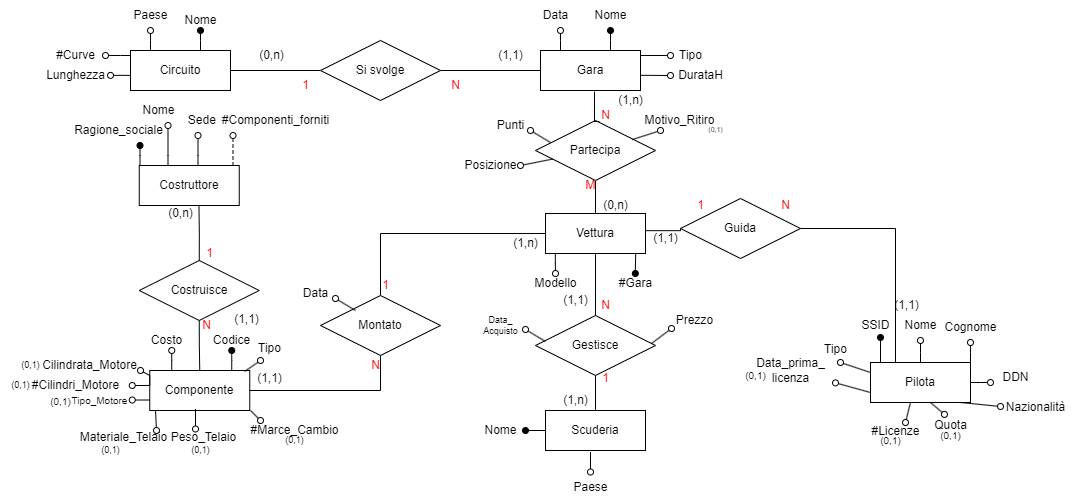
This is II_Anno/Primo_Semestre/BD(Professori Polese, Caruccio, BB)/Progetti/2023-2024/Peppe-Pasquale/ristrutturato.drawio.png from GiuseppePastena23/UNISA, a draw.io export, as it was before one commit. Source tidied: cells renumbered, new cells last; positions are measured from the earlier drawing's top-left corner, leaving out a move shared by most shapes.
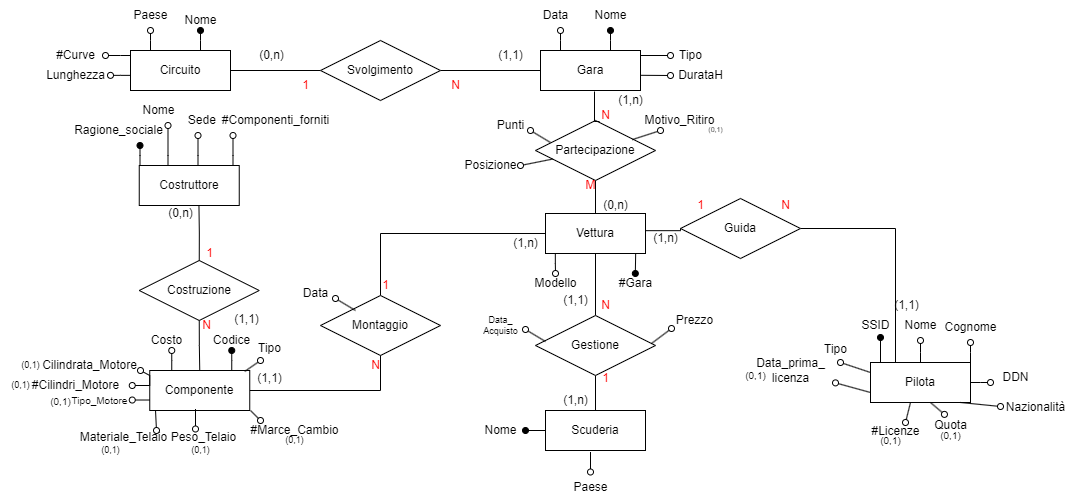
The same diagram one commit later.

What changed in the source:
```diff
@@ -174,7 +174,7 @@
     <mxCell id="36" value="Sede&amp;nbsp;" style="text;html=1;align=center;verticalAlign=middle;strokeColor=none;fillColor=none;labelBackgroundColor=none;" parent="1" vertex="1">
       <mxGeometry x="177.5" y="105" width="50" height="30" as="geometry" />
     </mxCell>
-    <mxCell id="37" style="endArrow=oval;html=1;rounded=0;exitX=0.5;exitY=0;exitDx=0;exitDy=0;endFill=0;labelBackgroundColor=none;fontColor=default;dashed=1;" parent="1" edge="1">
+    <mxCell id="37" style="endArrow=oval;html=1;rounded=0;exitX=0.5;exitY=0;exitDx=0;exitDy=0;endFill=0;labelBackgroundColor=none;fontColor=default;" parent="1" edge="1">
       <mxGeometry relative="1" as="geometry">
         <mxPoint x="232.5" y="165" as="sourcePoint" />
         <mxPoint x="232.5" y="135" as="targetPoint" />
@@ -300,7 +300,7 @@
     <mxCell id="63" style="edgeStyle=orthogonalEdgeStyle;rounded=0;jettySize=auto;html=1;exitX=1;exitY=0.5;exitDx=0;exitDy=0;entryX=0;entryY=0.5;entryDx=0;entryDy=0;endArrow=none;endFill=0;" parent="1" edge="1" source="64" target="46">
       <mxGeometry relative="1" as="geometry" />
     </mxCell>
-    <mxCell id="64" value="Si svolge" style="shape=rhombus;perimeter=rhombusPerimeter;whiteSpace=wrap;html=1;align=center;" parent="1" vertex="1">
+    <mxCell id="64" value="Svolgimento" style="shape=rhombus;perimeter=rhombusPerimeter;whiteSpace=wrap;html=1;align=center;" parent="1" vertex="1">
       <mxGeometry x="320" y="40" width="120" height="60" as="geometry" />
     </mxCell>
     <mxCell id="65" style="endArrow=oval;html=1;rounded=0;endFill=0;" parent="1" edge="1">
@@ -330,7 +330,7 @@
     <mxCell id="68" style="edgeStyle=orthogonalEdgeStyle;rounded=0;jettySize=auto;html=1;exitX=0.5;exitY=1;exitDx=0;exitDy=0;entryX=0.5;entryY=0;entryDx=0;entryDy=0;endArrow=none;endFill=0;" parent="1" edge="1" source="69" target="20">
       <mxGeometry relative="1" as="geometry" />
     </mxCell>
-    <mxCell id="69" value="Partecipa" style="shape=rhombus;perimeter=rhombusPerimeter;whiteSpace=wrap;html=1;align=center;" parent="1" vertex="1">
+    <mxCell id="69" value="Partecipazione" style="shape=rhombus;perimeter=rhombusPerimeter;whiteSpace=wrap;html=1;align=center;" parent="1" vertex="1">
       <mxGeometry x="535" y="120" width="120" height="60" as="geometry" />
     </mxCell>
     <mxCell id="70" style="edgeStyle=orthogonalEdgeStyle;rounded=0;orthogonalLoop=1;jettySize=auto;html=1;exitX=0.5;exitY=0;exitDx=0;exitDy=0;entryX=0.5;entryY=1;entryDx=0;entryDy=0;endArrow=none;endFill=0;" parent="1" edge="1">
@@ -372,7 +372,7 @@
     <mxCell id="78" style="edgeStyle=orthogonalEdgeStyle;rounded=0;jettySize=auto;html=1;exitX=0.5;exitY=0;exitDx=0;exitDy=0;entryX=0.5;entryY=1;entryDx=0;entryDy=0;endArrow=none;endFill=0;" parent="1" edge="1" source="79" target="20">
       <mxGeometry relative="1" as="geometry" />
     </mxCell>
-    <mxCell id="79" value="Gestisce" style="shape=rhombus;perimeter=rhombusPerimeter;whiteSpace=wrap;html=1;align=center;" parent="1" vertex="1">
+    <mxCell id="79" value="Gestione" style="shape=rhombus;perimeter=rhombusPerimeter;whiteSpace=wrap;html=1;align=center;" parent="1" vertex="1">
       <mxGeometry x="535" y="315" width="120" height="60" as="geometry" />
     </mxCell>
     <mxCell id="80" style="endArrow=oval;html=1;rounded=0;exitX=0.125;exitY=0.367;exitDx=0;exitDy=0;exitPerimeter=0;endFill=0;" parent="1" edge="1">
@@ -396,7 +396,7 @@
     <mxCell id="84" style="edgeStyle=orthogonalEdgeStyle;rounded=0;jettySize=auto;html=1;exitX=0.5;exitY=1;exitDx=0;exitDy=0;entryX=0.5;entryY=0;entryDx=0;entryDy=0;endArrow=none;endFill=0;" parent="1" edge="1" source="85" target="25">
       <mxGeometry relative="1" as="geometry" />
     </mxCell>
-    <mxCell id="85" value="Costruisce" style="shape=rhombus;perimeter=rhombusPerimeter;whiteSpace=wrap;html=1;align=center;" parent="1" vertex="1">
+    <mxCell id="85" value="Costruzione" style="shape=rhombus;perimeter=rhombusPerimeter;whiteSpace=wrap;html=1;align=center;" parent="1" vertex="1">
       <mxGeometry x="138.8" y="260" width="120" height="60" as="geometry" />
     </mxCell>
     <mxCell id="86" style="edgeStyle=orthogonalEdgeStyle;rounded=0;jettySize=auto;html=1;exitX=0.5;exitY=0;exitDx=0;exitDy=0;entryX=0.597;entryY=1;entryDx=0;entryDy=0;entryPerimeter=0;endArrow=none;endFill=0;" parent="1" edge="1" source="85" target="30">
@@ -405,7 +405,7 @@
     <mxCell id="87" style="edgeStyle=orthogonalEdgeStyle;rounded=0;jettySize=auto;html=1;exitX=0.5;exitY=0;exitDx=0;exitDy=0;entryX=0;entryY=0.5;entryDx=0;entryDy=0;endArrow=none;endFill=0;" parent="1" edge="1" source="88" target="20">
       <mxGeometry relative="1" as="geometry" />
     </mxCell>
-    <mxCell id="88" value="Montato" style="shape=rhombus;perimeter=rhombusPerimeter;whiteSpace=wrap;html=1;align=center;" parent="1" vertex="1">
+    <mxCell id="88" value="Montaggio" style="shape=rhombus;perimeter=rhombusPerimeter;whiteSpace=wrap;html=1;align=center;" parent="1" vertex="1">
       <mxGeometry x="320" y="295" width="120" height="60" as="geometry" />
     </mxCell>
     <mxCell id="89" style="endArrow=oval;html=1;rounded=0;exitX=0.125;exitY=0.367;exitDx=0;exitDy=0;exitPerimeter=0;endFill=0;" parent="1" edge="1">
@@ -462,7 +462,7 @@
     <mxCell id="105" value="N" style="text;html=1;align=center;verticalAlign=middle;strokeColor=none;fillColor=none;fontColor=#ff0000;" parent="1" vertex="1">
       <mxGeometry x="770" y="190" width="30" height="30" as="geometry" />
     </mxCell>
-    <mxCell id="106" value="(1,1)" style="text;html=1;align=center;verticalAlign=middle;strokeColor=none;fillColor=none;" parent="1" vertex="1">
+    <mxCell id="106" value="(1,n)" style="text;html=1;align=center;verticalAlign=middle;strokeColor=none;fillColor=none;" parent="1" vertex="1">
       <mxGeometry x="640" y="223" width="50" height="30" as="geometry" />
     </mxCell>
     <mxCell id="107" value="1" style="text;html=1;align=center;verticalAlign=middle;strokeColor=none;fillColor=none;fontColor=#ff0000;" parent="1" vertex="1">
```
